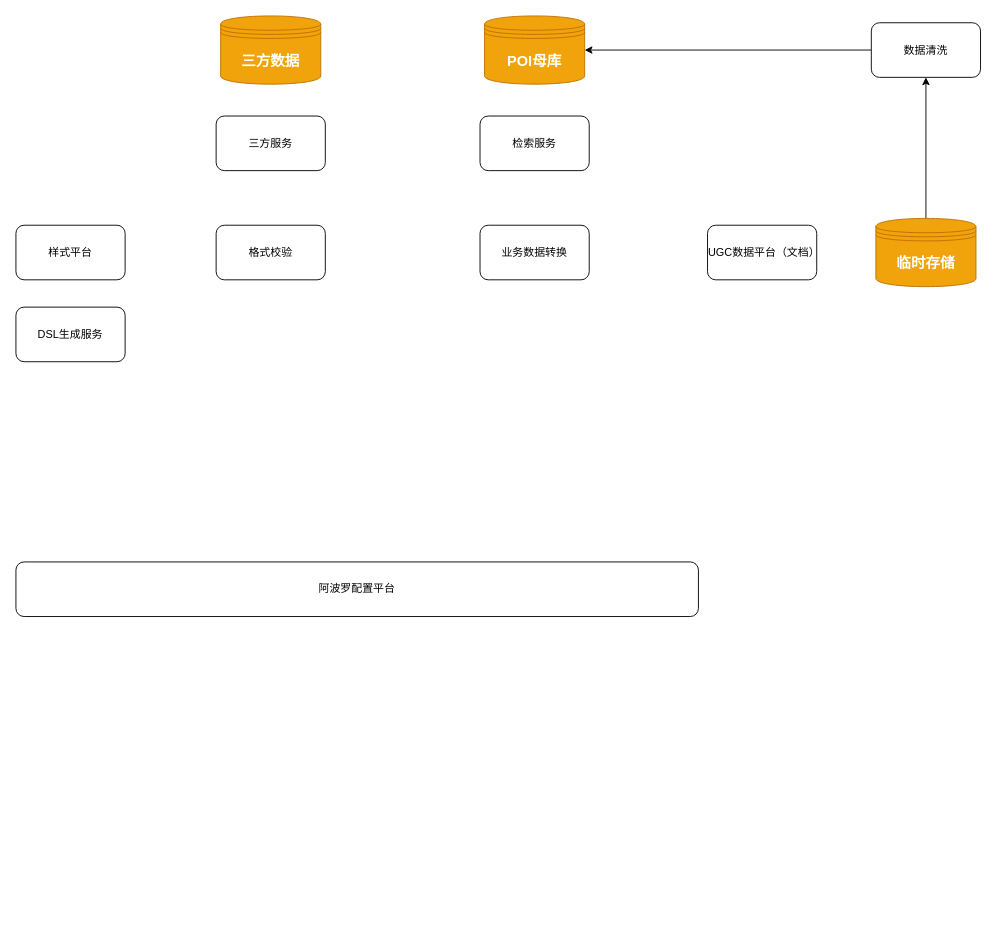
This is page "第 4 页" (4 of 4) of extrodianry-map.drawio from wangziji/graphics, a draw.io file, before an edit. Source tidied: cells renumbered, new cells numbered last; positions are measured from the earlier drawing's top-left corner, leaving out a move shared by most shapes. Both pictures are drawn from the tidied source at 91%, with x=0, y=0 at pixel (15, 15).
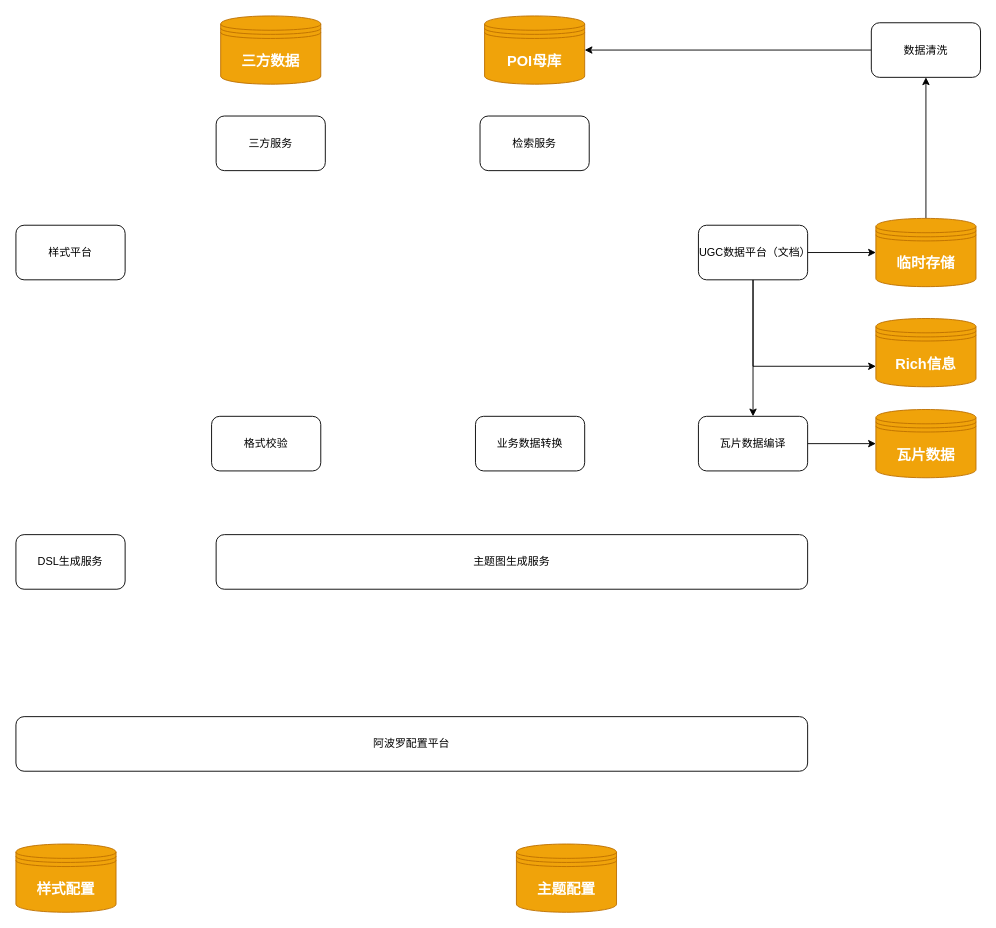
The same page after the edit.

Unchanged cells that the change refers to:
```xml
<mxCell id="15" value="&lt;b&gt;临时存储&lt;/b&gt;" style="shape=datastore;whiteSpace=wrap;html=1;fillColor=#f0a30a;strokeColor=#BD7000;fontColor=#ffffff;fontSize=16;" parent="1" vertex="1">
  <mxGeometry x="945" y="222.5" width="110" height="75" as="geometry" />
</mxCell>
```

Diff of the diagram source:
```diff
@@
     <mxCell id="3" value="DSL生成服务" style="rounded=1;whiteSpace=wrap;html=1;" parent="1" vertex="1">
-      <mxGeometry y="320" width="120" height="60" as="geometry" />
+      <mxGeometry y="570" width="120" height="60" as="geometry" />
     </mxCell>
     <mxCell id="4" value="阿波罗配置平台" style="rounded=1;whiteSpace=wrap;html=1;" parent="1" vertex="1">
-      <mxGeometry y="600" width="750" height="60" as="geometry" />
+      <mxGeometry y="770" width="870" height="60" as="geometry" />
     </mxCell>
@@
     <mxCell id="7" value="业务数据转换" style="rounded=1;whiteSpace=wrap;html=1;" parent="1" vertex="1">
-      <mxGeometry x="510" y="230" width="120" height="60" as="geometry" />
+      <mxGeometry x="505" y="440" width="120" height="60" as="geometry" />
     </mxCell>
@@
     <mxCell id="10" value="格式校验" style="rounded=1;whiteSpace=wrap;html=1;" parent="1" vertex="1">
-      <mxGeometry x="220" y="230" width="120" height="60" as="geometry" />
+      <mxGeometry x="215" y="440" width="120" height="60" as="geometry" />
     </mxCell>
+    <mxCell id="16" style="edgeStyle=orthogonalEdgeStyle;rounded=0;jettySize=auto;html=1;exitX=1;exitY=0.5;exitDx=0;exitDy=0;entryX=0;entryY=0.5;entryDx=0;entryDy=0;" parent="1" edge="1" source="11" target="15">
+      <mxGeometry relative="1" as="geometry" />
+    </mxCell>
+    <mxCell id="17" style="edgeStyle=orthogonalEdgeStyle;rounded=0;jettySize=auto;html=1;exitX=0.5;exitY=1;exitDx=0;exitDy=0;entryX=0;entryY=0.7;entryDx=0;entryDy=0;" parent="1" edge="1" source="11" target="21">
+      <mxGeometry relative="1" as="geometry" />
+    </mxCell>
+    <mxCell id="18" style="edgeStyle=orthogonalEdgeStyle;rounded=0;jettySize=auto;html=1;exitX=0.5;exitY=1;exitDx=0;exitDy=0;" parent="1" edge="1" source="11" target="20">
+      <mxGeometry relative="1" as="geometry" />
+    </mxCell>
     <mxCell id="11" value="UGC数据平台（文档）" style="rounded=1;whiteSpace=wrap;html=1;" parent="1" vertex="1">
-      <mxGeometry x="760" y="230" width="120" height="60" as="geometry" />
+      <mxGeometry x="750" y="230" width="120" height="60" as="geometry" />
     </mxCell>
@@
+    <mxCell id="19" style="edgeStyle=orthogonalEdgeStyle;rounded=0;jettySize=auto;html=1;exitX=1;exitY=0.5;exitDx=0;exitDy=0;entryX=0;entryY=0.5;entryDx=0;entryDy=0;" parent="1" edge="1" source="20" target="22">
+      <mxGeometry relative="1" as="geometry" />
+    </mxCell>
+    <mxCell id="20" value="瓦片数据编译" style="rounded=1;whiteSpace=wrap;html=1;" parent="1" vertex="1">
+      <mxGeometry x="750" y="440" width="120" height="60" as="geometry" />
+    </mxCell>
+    <mxCell id="21" value="&lt;b&gt;Rich信息&lt;/b&gt;" style="shape=datastore;whiteSpace=wrap;html=1;fillColor=#f0a30a;strokeColor=#BD7000;fontColor=#ffffff;fontSize=16;" parent="1" vertex="1">
+      <mxGeometry x="945" y="332.5" width="110" height="75" as="geometry" />
+    </mxCell>
+    <mxCell id="22" value="&lt;b&gt;瓦片数据&lt;/b&gt;" style="shape=datastore;whiteSpace=wrap;html=1;fillColor=#f0a30a;strokeColor=#BD7000;fontColor=#ffffff;fontSize=16;" parent="1" vertex="1">
+      <mxGeometry x="945" y="432.5" width="110" height="75" as="geometry" />
+    </mxCell>
+    <mxCell id="23" value="主题图生成服务" style="rounded=1;whiteSpace=wrap;html=1;" parent="1" vertex="1">
+      <mxGeometry x="220" y="570" width="650" height="60" as="geometry" />
+    </mxCell>
+    <mxCell id="24" value="&lt;b&gt;样式配置&lt;/b&gt;" style="shape=datastore;whiteSpace=wrap;html=1;fillColor=#f0a30a;strokeColor=#BD7000;fontColor=#ffffff;fontSize=16;" parent="1" vertex="1">
+      <mxGeometry y="910" width="110" height="75" as="geometry" />
+    </mxCell>
+    <mxCell id="25" value="&lt;b&gt;主题配置&lt;/b&gt;" style="shape=datastore;whiteSpace=wrap;html=1;fillColor=#f0a30a;strokeColor=#BD7000;fontColor=#ffffff;fontSize=16;" parent="1" vertex="1">
+      <mxGeometry x="550" y="910" width="110" height="75" as="geometry" />
+    </mxCell>
```
